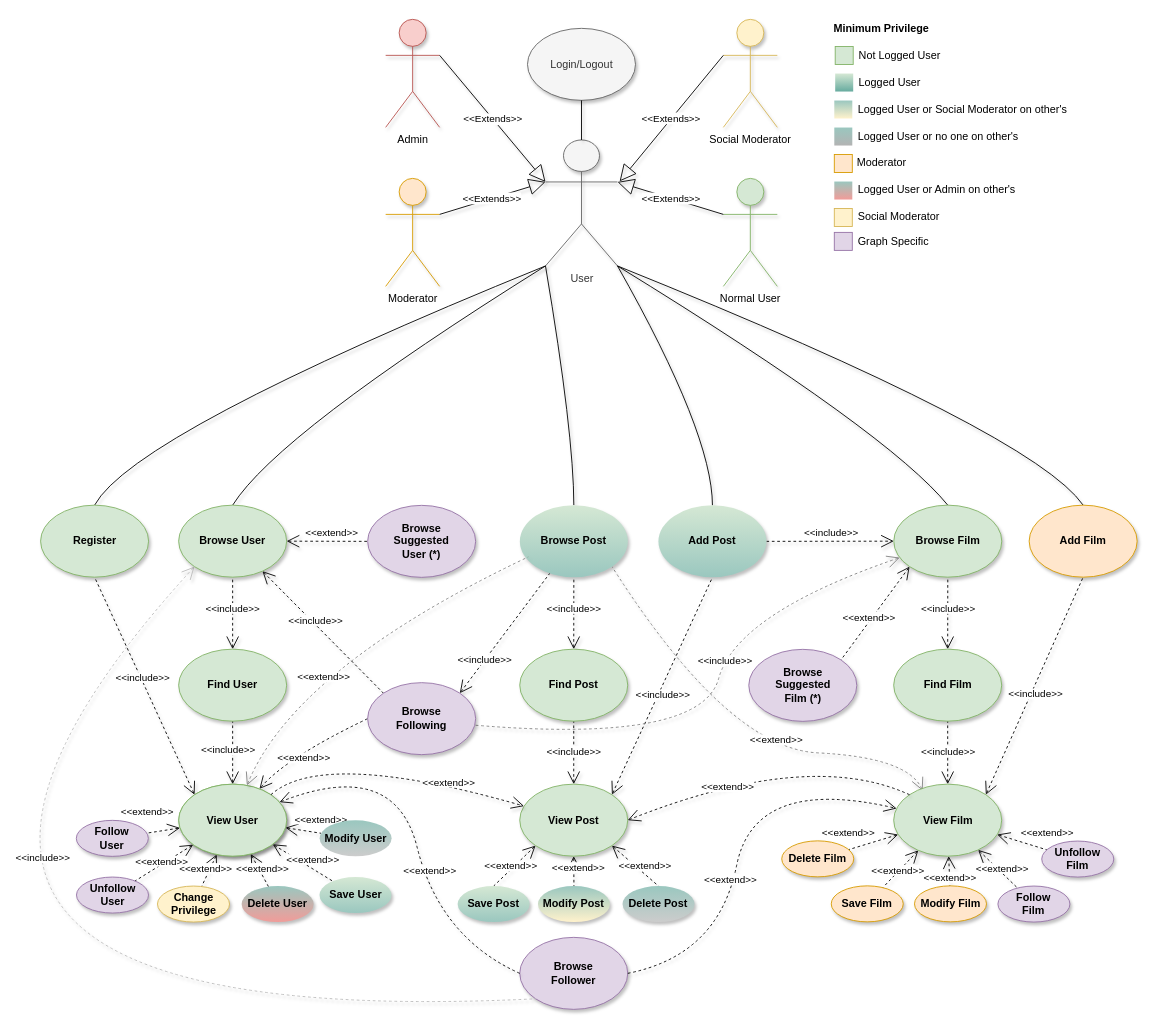
Before: Task3/Documentation/Diagrams/Use Case.drawio in unipi-fr/LargeScaleMultiStructureDatabases, a draw.io diagram. Source tidied: cells renumbered, new cells numbered last; positions are measured from the earlier drawing's top-left corner, leaving out a move shared by most shapes. Both pictures are drawn from the tidied source at 90%, with x=0, y=0 at pixel (-236, 19).
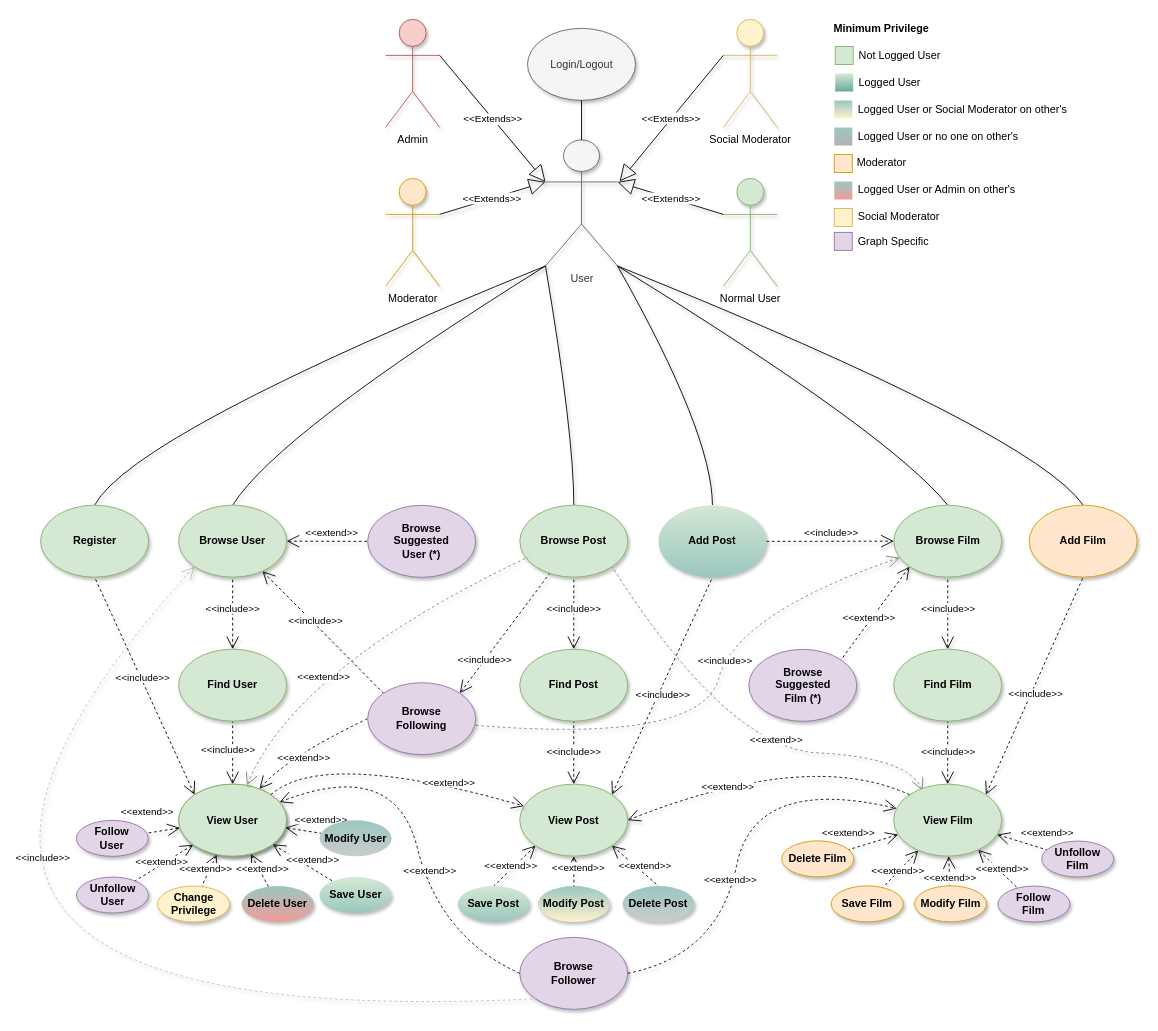
The same page after the edit.

What changed in the source:
```diff
@@
-    <mxCell id="82" value="Browse Post" style="ellipse;whiteSpace=wrap;html=1;fontStyle=1;fillColor=#d5e8d4;strokeColor=none;shadow=1;gradientColor=#9AC7BF;" parent="1" vertex="1">
+    <mxCell id="82" value="Browse Post" style="ellipse;whiteSpace=wrap;html=1;fontStyle=1;fillColor=#d5e8d4;strokeColor=#82b366;shadow=1;" parent="1" vertex="1">
       <mxGeometry x="839.1" y="539.8" width="120" height="80" as="geometry" />
     </mxCell>
```
